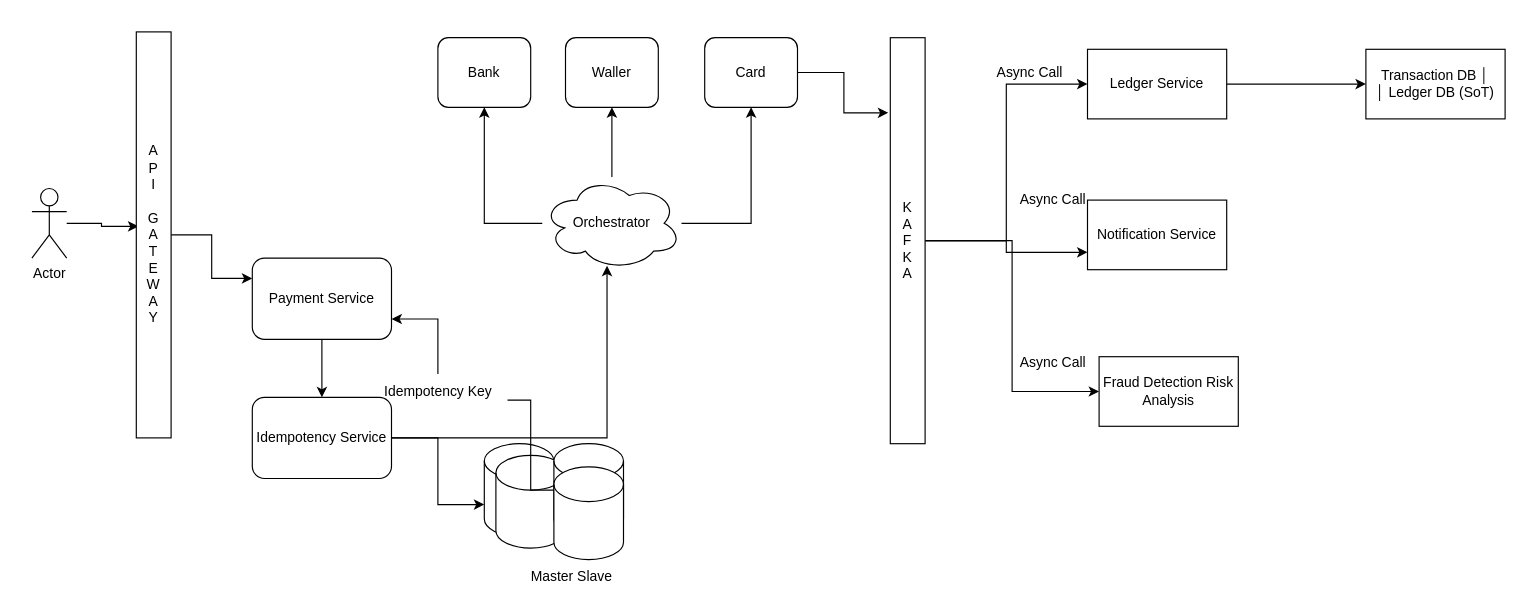
This is page "Payment System" (7 of 7) of System-Design/SystemDesign.drawio from abbhagat/IntelliJ, a draw.io file, before an edit. Source tidied: cells renumbered, new cells numbered last; positions are measured from the earlier drawing's top-left corner, leaving out a move shared by most shapes. Both pictures are drawn from the tidied source at 116%, with x=0, y=0 at pixel (31, 31).
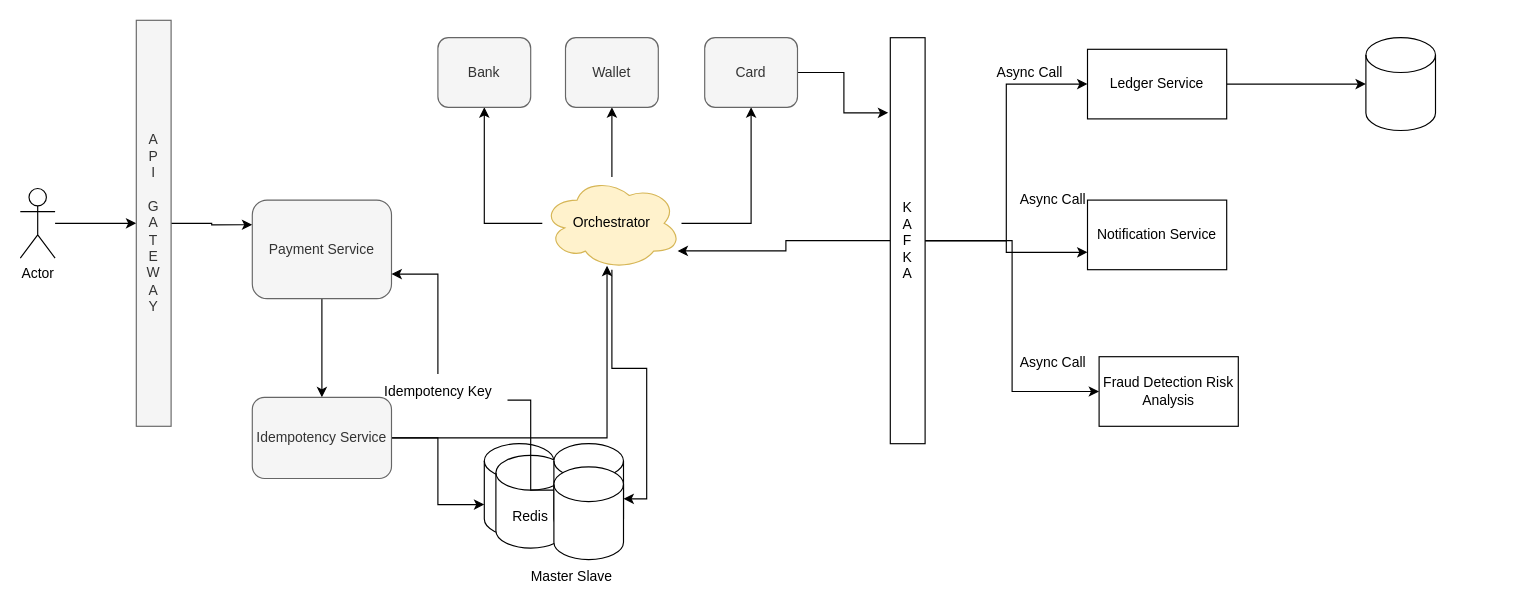
After the change.

The change refers to these unchanged cells:
```xml
<mxCell id="23" style="shape=cylinder3;whiteSpace=wrap;html=1;boundedLbl=1;backgroundOutline=1;size=15;" parent="1" vertex="1">
  <mxGeometry x="450" y="375" width="60" height="80" as="geometry" />
</mxCell>
<mxCell id="28" value="K&lt;br&gt;A&lt;br&gt;F&lt;br&gt;K&lt;br&gt;A" style="rounded=0;whiteSpace=wrap;html=1;direction=south;" parent="1" vertex="1">
  <mxGeometry x="740" y="5" width="30" height="350" as="geometry" />
</mxCell>
<mxCell id="30" value="Ledger Service" style="whiteSpace=wrap;html=1;" parent="1" vertex="1">
  <mxGeometry x="910" y="15" width="120" height="60" as="geometry" />
</mxCell>
```

Diff of the diagram source:
```diff
@@
-    <mxCell id="2" style="edgeStyle=orthogonalEdgeStyle;rounded=0;jettySize=auto;html=1;entryX=0.479;entryY=0.94;entryDx=0;entryDy=0;entryPerimeter=0;" parent="1" edge="1" source="3" target="5">
+    <mxCell id="2" style="edgeStyle=orthogonalEdgeStyle;rounded=0;jettySize=auto;html=1;" parent="1" edge="1" source="3" target="5">
       <mxGeometry relative="1" as="geometry" />
     </mxCell>
     <mxCell id="3" value="Actor" style="shape=umlActor;verticalLabelPosition=bottom;verticalAlign=top;html=1;outlineConnect=0;" parent="1" vertex="1">
-      <mxGeometry y="135" width="30" height="60" as="geometry" />
+      <mxGeometry x="-10" y="135" width="30" height="60" as="geometry" />
     </mxCell>
@@
-    <mxCell id="5" value="A&lt;br&gt;P&lt;br&gt;I&lt;br&gt;&lt;br&gt;G&lt;br&gt;A&lt;br&gt;T&lt;br&gt;E&lt;br&gt;W&lt;br&gt;A&lt;br&gt;Y" style="rounded=0;whiteSpace=wrap;html=1;direction=south;" parent="1" vertex="1">
-      <mxGeometry x="90" width="30" height="350" as="geometry" />
+    <mxCell id="5" value="A&lt;br&gt;P&lt;br&gt;I&lt;br&gt;&lt;br&gt;G&lt;br&gt;A&lt;br&gt;T&lt;br&gt;E&lt;br&gt;W&lt;br&gt;A&lt;br&gt;Y" style="rounded=0;whiteSpace=wrap;html=1;direction=south;fillColor=#f5f5f5;fontColor=#333333;strokeColor=#666666;" parent="1" vertex="1">
+      <mxGeometry x="90" y="-10" width="30" height="350" as="geometry" />
     </mxCell>
@@
-    <mxCell id="7" value="Payment Service" style="rounded=1;whiteSpace=wrap;html=1;" parent="1" vertex="1">
-      <mxGeometry x="190" y="195" width="120" height="70" as="geometry" />
+    <mxCell id="7" value="Payment Service" style="rounded=1;whiteSpace=wrap;html=1;fillColor=#f5f5f5;fontColor=#333333;strokeColor=#666666;" parent="1" vertex="1">
+      <mxGeometry x="190" y="145" width="120" height="85" as="geometry" />
     </mxCell>
@@
+    <mxCell id="39" style="edgeStyle=orthogonalEdgeStyle;rounded=0;jettySize=auto;html=1;entryX=1;entryY=0;entryDx=0;entryDy=27.5;entryPerimeter=0;" parent="1" edge="1" source="11" target="23">
+      <mxGeometry relative="1" as="geometry" />
+    </mxCell>
-    <mxCell id="11" value="Orchestrator" style="ellipse;shape=cloud;whiteSpace=wrap;html=1;" parent="1" vertex="1">
+    <mxCell id="11" value="Orchestrator" style="ellipse;shape=cloud;whiteSpace=wrap;html=1;fillColor=#fff2cc;strokeColor=#d6b656;" parent="1" vertex="1">
       <mxGeometry x="440" y="125" width="120" height="80" as="geometry" />
     </mxCell>
-    <mxCell id="12" value="Bank" style="rounded=1;whiteSpace=wrap;html=1;" parent="1" vertex="1">
+    <mxCell id="12" value="Bank" style="rounded=1;whiteSpace=wrap;html=1;fillColor=#f5f5f5;fontColor=#333333;strokeColor=#666666;" parent="1" vertex="1">
       <mxGeometry x="350" y="5" width="80" height="60" as="geometry" />
     </mxCell>
-    <mxCell id="13" value="Waller" style="rounded=1;whiteSpace=wrap;html=1;" parent="1" vertex="1">
+    <mxCell id="13" value="Wallet" style="rounded=1;whiteSpace=wrap;html=1;fillColor=#f5f5f5;fontColor=#333333;strokeColor=#666666;" parent="1" vertex="1">
       <mxGeometry x="460" y="5" width="80" height="60" as="geometry" />
     </mxCell>
@@
-    <mxCell id="15" value="Card" style="rounded=1;whiteSpace=wrap;html=1;" parent="1" vertex="1">
+    <mxCell id="15" value="Card" style="rounded=1;whiteSpace=wrap;html=1;fillColor=#f5f5f5;fontColor=#333333;strokeColor=#666666;" parent="1" vertex="1">
       <mxGeometry x="580" y="5" width="80" height="60" as="geometry" />
     </mxCell>
@@
-    <mxCell id="18" value="Idempotency Service" style="rounded=1;whiteSpace=wrap;html=1;" parent="1" vertex="1">
+    <mxCell id="18" value="Idempotency Service" style="rounded=1;whiteSpace=wrap;html=1;fillColor=#f5f5f5;fontColor=#333333;strokeColor=#666666;" parent="1" vertex="1">
       <mxGeometry x="190" y="315" width="120" height="70" as="geometry" />
     </mxCell>
@@
-    <mxCell id="20" style="shape=cylinder3;whiteSpace=wrap;html=1;boundedLbl=1;backgroundOutline=1;size=15;" parent="1" vertex="1">
+    <mxCell id="20" value="Redis" style="shape=cylinder3;whiteSpace=wrap;html=1;boundedLbl=1;backgroundOutline=1;size=15;" parent="1" vertex="1">
       <mxGeometry x="400" y="365" width="60" height="80" as="geometry" />
     </mxCell>
@@
+    <mxCell id="40" style="edgeStyle=orthogonalEdgeStyle;rounded=0;jettySize=auto;html=1;entryX=0.972;entryY=0.798;entryDx=0;entryDy=0;entryPerimeter=0;" parent="1" edge="1" source="28" target="11">
+      <mxGeometry relative="1" as="geometry" />
+    </mxCell>
@@
-    <mxCell id="29" style="edgeStyle=orthogonalEdgeStyle;rounded=0;jettySize=auto;html=1;entryX=0;entryY=0.5;entryDx=0;entryDy=0;" parent="1" edge="1" source="30" target="33">
-      <mxGeometry relative="1" as="geometry" />
+    <mxCell id="29" style="edgeStyle=orthogonalEdgeStyle;rounded=0;jettySize=auto;html=1;entryX=0;entryY=0.5;entryDx=0;entryDy=0;" parent="1" edge="1" source="30">
+      <mxGeometry relative="1" as="geometry">
+        <mxPoint x="1150" y="45" as="targetPoint" />
+      </mxGeometry>
     </mxCell>
@@
-    <mxCell id="33" value="Transaction DB      │&lt;br&gt;│   Ledger DB (SoT)" style="whiteSpace=wrap;html=1;" parent="1" vertex="1">
-      <mxGeometry x="1150" y="15" width="120" height="60" as="geometry" />
-    </mxCell>
@@
+    <mxCell id="41" style="shape=cylinder3;whiteSpace=wrap;html=1;boundedLbl=1;backgroundOutline=1;size=15;" parent="1" vertex="1">
+      <mxGeometry x="1150" y="5" width="60" height="80" as="geometry" />
+    </mxCell>
```
